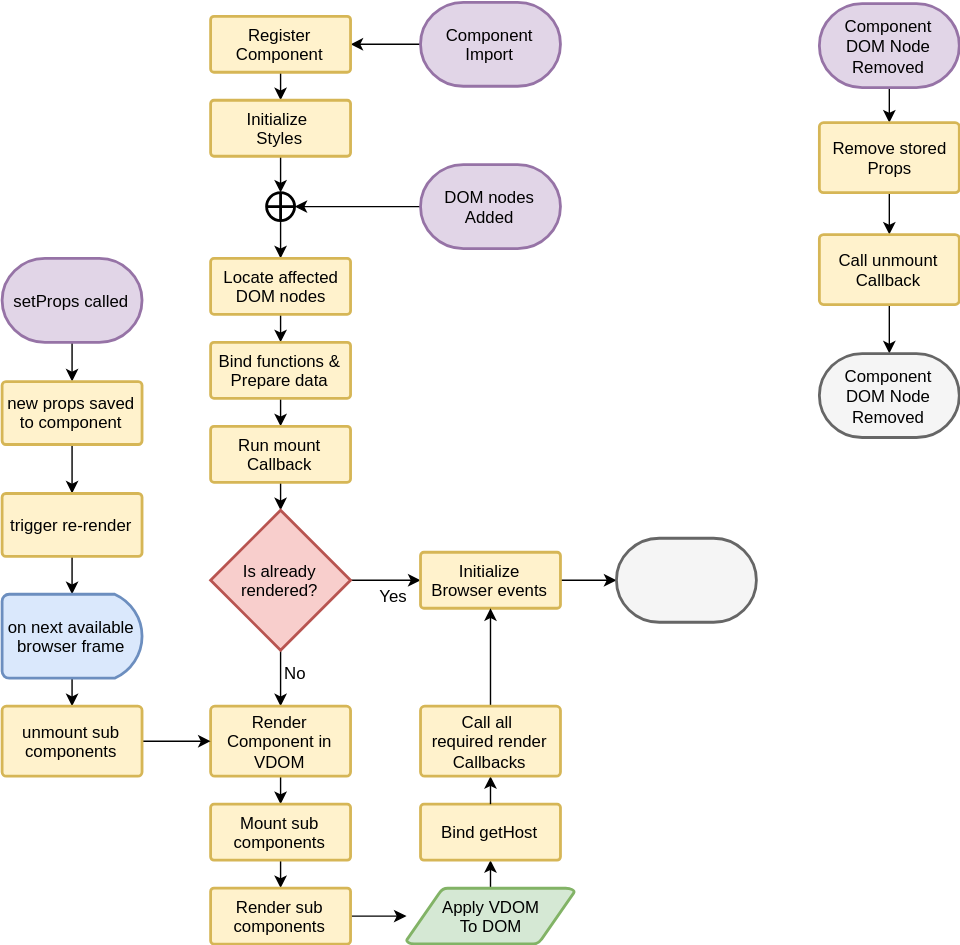
The draw.io diagram docsrc/_includes/lifecycle.svg in AndCake/zino, before a commit. Source tidied: cells renumbered, new cells last; positions are measured from the earlier drawing's top-left corner, leaving out a move shared by most shapes.
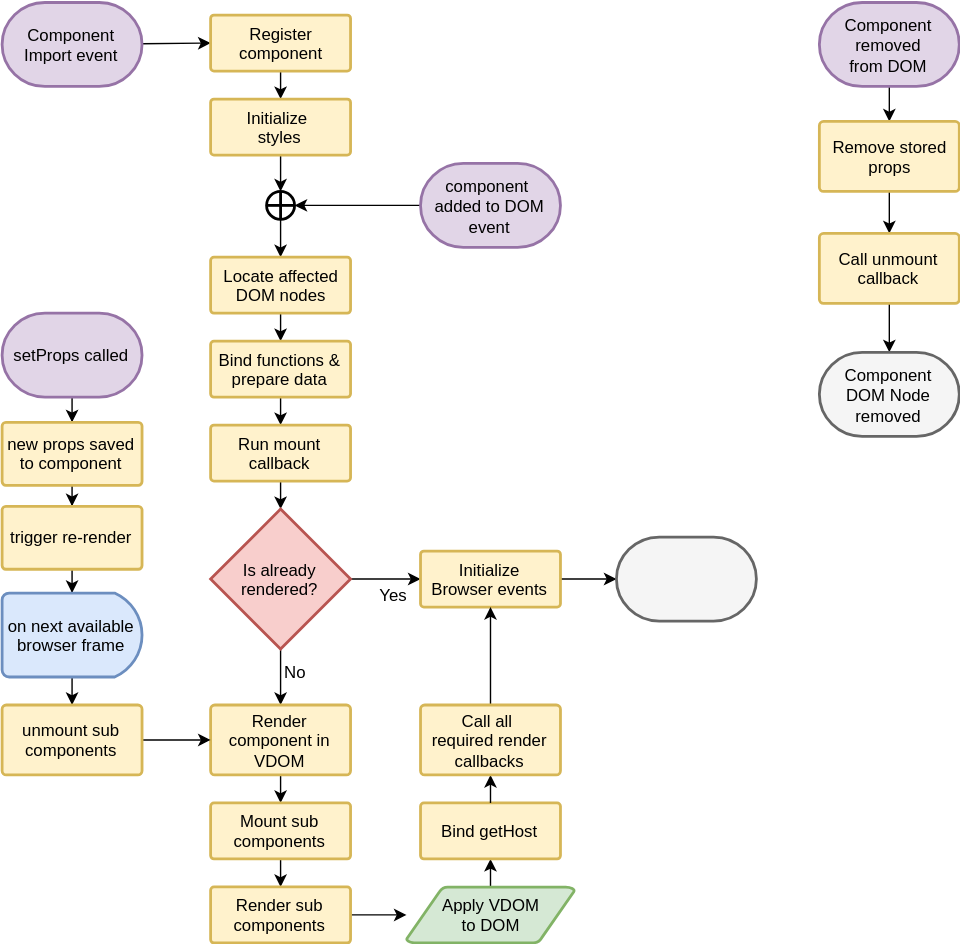
The same diagram one commit later.

The edit, as a diff of the source:
```diff
@@ -2,26 +2,22 @@
   <root>
     <mxCell id="0" />
     <mxCell id="1" parent="0" />
-    <mxCell id="2" style="edgeStyle=none;rounded=0;html=1;jettySize=auto;entryX=1;entryY=0.5;entryPerimeter=0;" parent="1" edge="1" target="5">
-      <mxGeometry relative="1" as="geometry">
-        <mxPoint x="299" y="30" as="sourcePoint" />
-      </mxGeometry>
+    <mxCell id="2" style="edgeStyle=none;rounded=0;html=1;jettySize=auto;entryX=0;entryY=0.5;entryPerimeter=0;" parent="1" edge="1" source="34" target="5">
+      <mxGeometry relative="1" as="geometry" />
     </mxCell>
-    <mxCell id="3" style="edgeStyle=none;rounded=0;html=1;jettySize=auto;entryX=1;entryY=0.5;entryPerimeter=0;" parent="1" edge="1" target="9">
-      <mxGeometry relative="1" as="geometry">
-        <mxPoint x="299" y="146" as="sourcePoint" />
-      </mxGeometry>
+    <mxCell id="3" style="edgeStyle=none;rounded=0;html=1;jettySize=auto;entryX=1;entryY=0.5;entryPerimeter=0;exitX=1;exitY=0.5;exitPerimeter=0;" parent="1" edge="1" source="35" target="9">
+      <mxGeometry relative="1" as="geometry" />
     </mxCell>
     <mxCell id="4" style="edgeStyle=none;rounded=0;html=1;jettySize=auto;" parent="1" edge="1" source="5" target="7">
       <mxGeometry relative="1" as="geometry" />
     </mxCell>
-    <mxCell id="5" value="Register&lt;div&gt;Component&lt;/div&gt;" style="strokeWidth=2;html=1;shape=mxgraph.flowchart.process;whiteSpace=wrap;fillColor=#fff2cc;strokeColor=#d6b656;" parent="1" vertex="1">
+    <mxCell id="5" value="Register&lt;div&gt;component&lt;/div&gt;" style="strokeWidth=2;html=1;shape=mxgraph.flowchart.process;whiteSpace=wrap;fillColor=#fff2cc;strokeColor=#d6b656;" parent="1" vertex="1">
       <mxGeometry x="149" y="10" width="100" height="40" as="geometry" />
     </mxCell>
     <mxCell id="6" style="edgeStyle=none;rounded=0;html=1;jettySize=auto;" parent="1" edge="1" source="7" target="9">
       <mxGeometry relative="1" as="geometry" />
     </mxCell>
-    <mxCell id="7" value="Initialize&amp;nbsp;&lt;div&gt;Styles&lt;/div&gt;" style="strokeWidth=2;html=1;shape=mxgraph.flowchart.process;whiteSpace=wrap;fillColor=#fff2cc;strokeColor=#d6b656;" parent="1" vertex="1">
+    <mxCell id="7" value="Initialize&amp;nbsp;&lt;div&gt;styles&lt;/div&gt;" style="strokeWidth=2;html=1;shape=mxgraph.flowchart.process;whiteSpace=wrap;fillColor=#fff2cc;strokeColor=#d6b656;" parent="1" vertex="1">
       <mxGeometry x="149" y="70" width="100" height="40" as="geometry" />
     </mxCell>
     <mxCell id="8" style="edgeStyle=none;rounded=0;html=1;jettySize=auto;" parent="1" edge="1" source="9" target="11">
@@ -39,7 +35,7 @@
     <mxCell id="12" style="edgeStyle=none;rounded=0;html=1;jettySize=auto;" parent="1" edge="1" source="13" target="19">
       <mxGeometry relative="1" as="geometry" />
     </mxCell>
-    <mxCell id="13" value="Bind functions &amp;amp;&lt;div&gt;Prepare data&lt;/div&gt;" style="strokeWidth=2;html=1;shape=mxgraph.flowchart.process;whiteSpace=wrap;fillColor=#fff2cc;strokeColor=#d6b656;" parent="1" vertex="1">
+    <mxCell id="13" value="Bind functions &amp;amp;&lt;div&gt;prepare data&lt;/div&gt;" style="strokeWidth=2;html=1;shape=mxgraph.flowchart.process;whiteSpace=wrap;fillColor=#fff2cc;strokeColor=#d6b656;" parent="1" vertex="1">
       <mxGeometry x="149" y="243" width="100" height="40" as="geometry" />
     </mxCell>
     <mxCell id="14" style="edgeStyle=none;rounded=0;html=1;jettySize=auto;" parent="1" edge="1" source="19" target="33">
@@ -61,7 +57,7 @@
         <mxPoint x="4" y="4" as="offset" />
       </mxGeometry>
     </mxCell>
-    <mxCell id="19" value="Run mount&lt;div&gt;Callback&lt;/div&gt;" style="strokeWidth=2;html=1;shape=mxgraph.flowchart.process;whiteSpace=wrap;fillColor=#fff2cc;strokeColor=#d6b656;" parent="1" vertex="1">
+    <mxCell id="19" value="Run mount&lt;div&gt;callback&lt;/div&gt;" style="strokeWidth=2;html=1;shape=mxgraph.flowchart.process;whiteSpace=wrap;fillColor=#fff2cc;strokeColor=#d6b656;" parent="1" vertex="1">
       <mxGeometry x="149" y="303" width="100" height="40" as="geometry" />
     </mxCell>
     <mxCell id="20" style="edgeStyle=none;rounded=0;html=1;jettySize=auto;" parent="1" edge="1" source="21" target="37">
@@ -73,7 +69,7 @@
     <mxCell id="22" style="edgeStyle=none;rounded=0;html=1;jettySize=auto;" parent="1" edge="1" source="23" target="25">
       <mxGeometry relative="1" as="geometry" />
     </mxCell>
-    <mxCell id="23" value="Render&lt;div&gt;Component in VDOM&lt;/div&gt;" style="strokeWidth=2;html=1;shape=mxgraph.flowchart.process;whiteSpace=wrap;fillColor=#fff2cc;strokeColor=#d6b656;" parent="1" vertex="1">
+    <mxCell id="23" value="Render&lt;div&gt;component in VDOM&lt;/div&gt;" style="strokeWidth=2;html=1;shape=mxgraph.flowchart.process;whiteSpace=wrap;fillColor=#fff2cc;strokeColor=#d6b656;" parent="1" vertex="1">
       <mxGeometry x="149" y="503" width="100" height="50" as="geometry" />
     </mxCell>
     <mxCell id="24" style="edgeStyle=none;rounded=0;html=1;jettySize=auto;" parent="1" edge="1" source="25" target="27">
@@ -100,19 +96,19 @@
     <mxCell id="31" style="edgeStyle=none;rounded=0;html=1;jettySize=auto;entryX=0.5;entryY=1;entryPerimeter=0;" parent="1" edge="1" source="32" target="21">
       <mxGeometry relative="1" as="geometry" />
     </mxCell>
-    <mxCell id="32" value="Call all&amp;nbsp;&lt;div&gt;required render&lt;div&gt;Callbacks&lt;/div&gt;&lt;/div&gt;" style="strokeWidth=2;html=1;shape=mxgraph.flowchart.process;whiteSpace=wrap;fillColor=#fff2cc;strokeColor=#d6b656;" parent="1" vertex="1">
+    <mxCell id="32" value="Call all&amp;nbsp;&lt;div&gt;required render&lt;div&gt;callbacks&lt;/div&gt;&lt;/div&gt;" style="strokeWidth=2;html=1;shape=mxgraph.flowchart.process;whiteSpace=wrap;fillColor=#fff2cc;strokeColor=#d6b656;" parent="1" vertex="1">
       <mxGeometry x="299" y="503" width="100" height="50" as="geometry" />
     </mxCell>
     <mxCell id="33" value="Is already rendered?" style="strokeWidth=2;html=1;shape=mxgraph.flowchart.decision;whiteSpace=wrap;fillColor=#f8cecc;strokeColor=#b85450;" parent="1" vertex="1">
       <mxGeometry x="149" y="363" width="100" height="100" as="geometry" />
     </mxCell>
-    <mxCell id="34" value="Component&lt;div&gt;Import&lt;/div&gt;" style="strokeWidth=2;html=1;shape=mxgraph.flowchart.terminator;whiteSpace=wrap;fillColor=#e1d5e7;strokeColor=#9673a6;" parent="1" vertex="1">
-      <mxGeometry x="299" width="100" height="60" as="geometry" />
+    <mxCell id="34" value="Component&lt;div&gt;Import event&lt;/div&gt;" style="strokeWidth=2;html=1;shape=mxgraph.flowchart.terminator;whiteSpace=wrap;fillColor=#e1d5e7;strokeColor=#9673a6;" parent="1" vertex="1">
+      <mxGeometry y="1" width="100" height="60" as="geometry" />
     </mxCell>
-    <mxCell id="35" value="DOM nodes&lt;div&gt;Added&lt;/div&gt;" style="strokeWidth=2;html=1;shape=mxgraph.flowchart.terminator;whiteSpace=wrap;fillColor=#e1d5e7;strokeColor=#9673a6;" parent="1" vertex="1">
+    <mxCell id="35" value="component&amp;nbsp;&lt;div&gt;added to DOM&lt;div&gt;event&lt;/div&gt;&lt;/div&gt;" style="strokeWidth=2;html=1;shape=mxgraph.flowchart.terminator;whiteSpace=wrap;fillColor=#e1d5e7;strokeColor=#9673a6;" parent="1" vertex="1">
       <mxGeometry x="299" y="116" width="100" height="60" as="geometry" />
     </mxCell>
-    <mxCell id="36" value="Apply VDOM&lt;div&gt;To DOM&lt;/div&gt;" style="strokeWidth=2;html=1;shape=mxgraph.flowchart.data;whiteSpace=wrap;fillColor=#d5e8d4;strokeColor=#82b366;" parent="1" vertex="1">
+    <mxCell id="36" value="Apply VDOM&lt;div&gt;to DOM&lt;/div&gt;" style="strokeWidth=2;html=1;shape=mxgraph.flowchart.data;whiteSpace=wrap;fillColor=#d5e8d4;strokeColor=#82b366;" parent="1" vertex="1">
       <mxGeometry x="289" y="633" width="120" height="40" as="geometry" />
     </mxCell>
     <mxCell id="37" style="strokeWidth=2;html=1;shape=mxgraph.flowchart.terminator;whiteSpace=wrap;fillColor=#f5f5f5;strokeColor=#666666;" parent="1" vertex="1">
@@ -124,38 +120,38 @@
     <mxCell id="39" style="edgeStyle=none;rounded=0;html=1;jettySize=auto;exitX=0.5;exitY=1;exitPerimeter=0;" parent="1" edge="1" source="44" target="41">
       <mxGeometry relative="1" as="geometry" />
     </mxCell>
-    <mxCell id="40" value="Component&lt;div&gt;DOM Node&lt;/div&gt;&lt;div&gt;Removed&lt;/div&gt;" style="strokeWidth=2;html=1;shape=mxgraph.flowchart.terminator;whiteSpace=wrap;fillColor=#e1d5e7;strokeColor=#9673a6;" parent="1" vertex="1">
+    <mxCell id="40" value="Component&lt;div&gt;&lt;span&gt;removed&lt;/span&gt;&lt;br&gt;&lt;/div&gt;&lt;div&gt;&lt;span&gt;from DOM&lt;/span&gt;&lt;/div&gt;" style="strokeWidth=2;html=1;shape=mxgraph.flowchart.terminator;whiteSpace=wrap;fillColor=#e1d5e7;strokeColor=#9673a6;" parent="1" vertex="1">
       <mxGeometry x="584" y="1" width="100" height="60" as="geometry" />
     </mxCell>
-    <mxCell id="41" value="Component&lt;div&gt;DOM Node&lt;/div&gt;&lt;div&gt;Removed&lt;/div&gt;" style="strokeWidth=2;html=1;shape=mxgraph.flowchart.terminator;whiteSpace=wrap;fillColor=#f5f5f5;strokeColor=#666666;" parent="1" vertex="1">
+    <mxCell id="41" value="Component&lt;div&gt;DOM Node&lt;/div&gt;&lt;div&gt;removed&lt;/div&gt;" style="strokeWidth=2;html=1;shape=mxgraph.flowchart.terminator;whiteSpace=wrap;fillColor=#f5f5f5;strokeColor=#666666;" parent="1" vertex="1">
       <mxGeometry x="584" y="251" width="100" height="60" as="geometry" />
     </mxCell>
     <mxCell id="42" style="edgeStyle=none;rounded=0;html=1;jettySize=auto;" parent="1" edge="1" source="43" target="44">
       <mxGeometry relative="1" as="geometry" />
     </mxCell>
-    <mxCell id="43" value="Remove stored&lt;div&gt;Props&lt;/div&gt;" style="strokeWidth=2;html=1;shape=mxgraph.flowchart.process;whiteSpace=wrap;fillColor=#fff2cc;strokeColor=#d6b656;" parent="1" vertex="1">
+    <mxCell id="43" value="Remove stored&lt;div&gt;p&lt;span&gt;rops&lt;/span&gt;&lt;/div&gt;" style="strokeWidth=2;html=1;shape=mxgraph.flowchart.process;whiteSpace=wrap;fillColor=#fff2cc;strokeColor=#d6b656;" parent="1" vertex="1">
       <mxGeometry x="584" y="86" width="100" height="50" as="geometry" />
     </mxCell>
-    <mxCell id="44" value="&lt;span&gt;Call unmount&lt;/span&gt;&lt;div&gt;Callback&lt;/div&gt;" style="strokeWidth=2;html=1;shape=mxgraph.flowchart.process;whiteSpace=wrap;fillColor=#fff2cc;strokeColor=#d6b656;" parent="1" vertex="1">
+    <mxCell id="44" value="&lt;span&gt;Call unmount&lt;/span&gt;&lt;div&gt;callback&lt;/div&gt;" style="strokeWidth=2;html=1;shape=mxgraph.flowchart.process;whiteSpace=wrap;fillColor=#fff2cc;strokeColor=#d6b656;" parent="1" vertex="1">
       <mxGeometry x="584" y="166" width="100" height="50" as="geometry" />
     </mxCell>
     <mxCell id="45" style="edgeStyle=orthogonalEdgeStyle;rounded=0;html=1;jettySize=auto;" parent="1" edge="1" source="46" target="48">
       <mxGeometry relative="1" as="geometry" />
     </mxCell>
-    <mxCell id="46" value="setProps called&lt;br&gt;" style="strokeWidth=2;html=1;shape=mxgraph.flowchart.terminator;whiteSpace=wrap;fillColor=#e1d5e7;strokeColor=#9673a6;" parent="1" vertex="1">
-      <mxGeometry y="183" width="100" height="60" as="geometry" />
+    <mxCell id="46" value="setProps called" style="strokeWidth=2;html=1;shape=mxgraph.flowchart.terminator;whiteSpace=wrap;fillColor=#e1d5e7;strokeColor=#9673a6;" parent="1" vertex="1">
+      <mxGeometry y="223" width="100" height="60" as="geometry" />
     </mxCell>
     <mxCell id="47" style="edgeStyle=orthogonalEdgeStyle;rounded=0;html=1;jettySize=auto;" parent="1" edge="1" source="48" target="50">
       <mxGeometry relative="1" as="geometry" />
     </mxCell>
     <mxCell id="48" value="new props saved&lt;div&gt;to component&lt;/div&gt;" style="strokeWidth=2;html=1;shape=mxgraph.flowchart.process;whiteSpace=wrap;fillColor=#fff2cc;strokeColor=#d6b656;" parent="1" vertex="1">
-      <mxGeometry y="271" width="100" height="45" as="geometry" />
+      <mxGeometry y="301" width="100" height="45" as="geometry" />
     </mxCell>
     <mxCell id="49" style="edgeStyle=orthogonalEdgeStyle;rounded=0;html=1;exitX=0.5;exitY=1;exitPerimeter=0;jettySize=auto;" parent="1" edge="1" source="50" target="52">
       <mxGeometry relative="1" as="geometry" />
     </mxCell>
     <mxCell id="50" value="trigger re-render" style="strokeWidth=2;html=1;shape=mxgraph.flowchart.process;whiteSpace=wrap;fillColor=#fff2cc;strokeColor=#d6b656;" parent="1" vertex="1">
-      <mxGeometry y="351" width="100" height="45" as="geometry" />
+      <mxGeometry y="361" width="100" height="45" as="geometry" />
     </mxCell>
     <mxCell id="51" style="edgeStyle=orthogonalEdgeStyle;rounded=0;html=1;jettySize=auto;" parent="1" edge="1" source="52">
       <mxGeometry relative="1" as="geometry">
```
